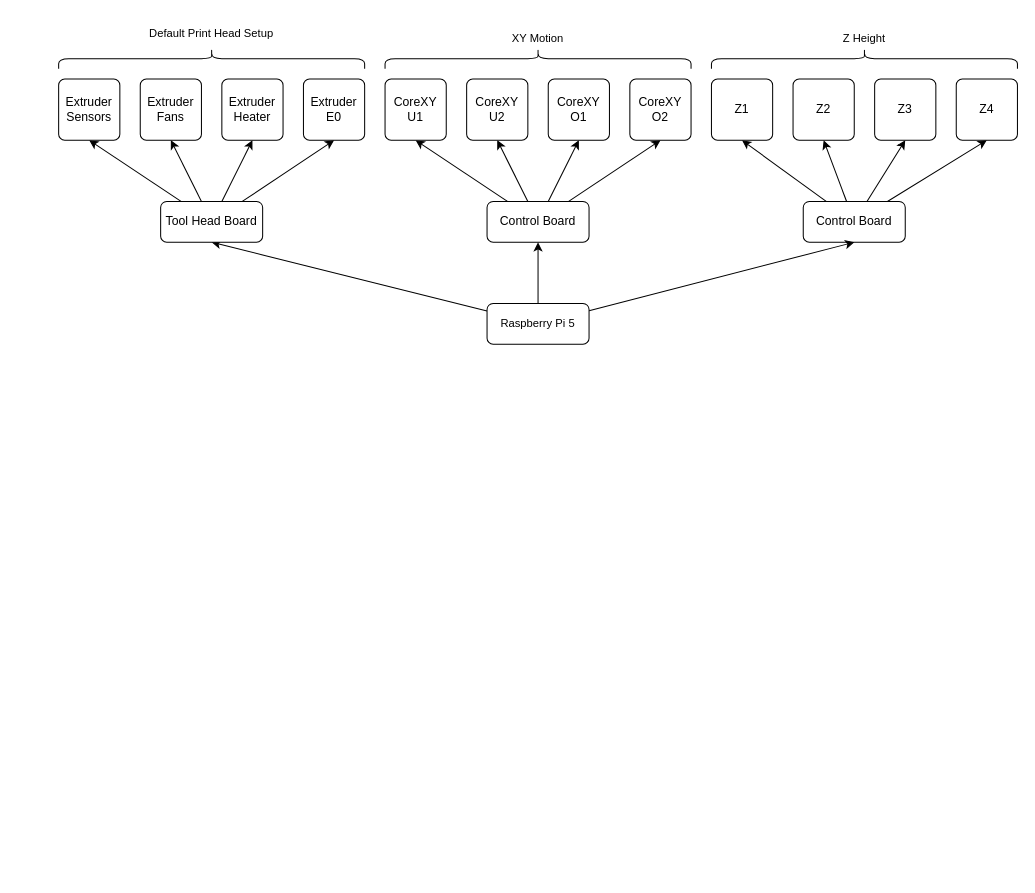
XCR1793/Raven-3D keeps this draw.io diagram as page "Electrical" (4 of 4) of Documents/Raven.drawio. Above is the earlier version. Source tidied: cells renumbered, new cells numbered last; positions are measured from the earlier drawing's top-left corner, leaving out a move shared by most shapes. Both pictures are drawn from the tidied source at 102%, with x=0, y=0 at pixel (58, 17).
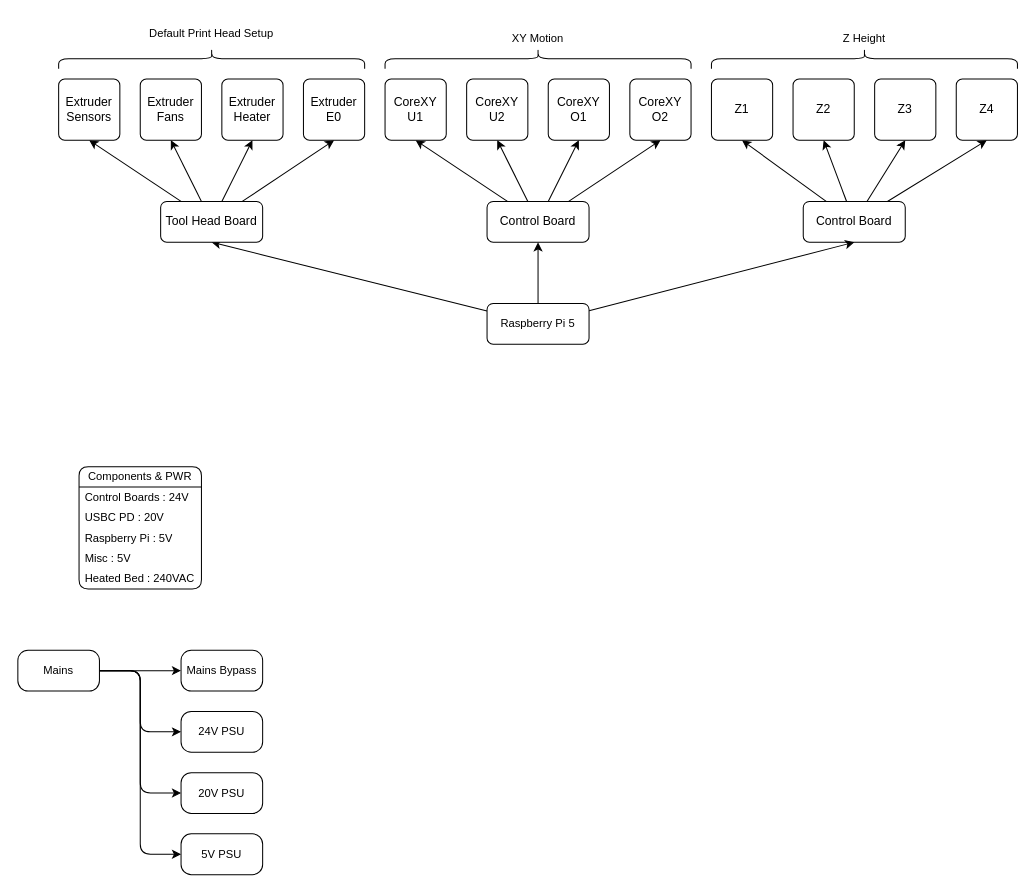
The same diagram, later.

Commit message:
Added PSU requirements

Change to the diagram source:
```diff
@@
+    <mxCell id="39" value="Components &amp;amp; PWR" style="swimlane;fontStyle=0;horizontal=1;startSize=20;whiteSpace=wrap;html=1;rounded=1;fontFamily=Helvetica;fontSize=11;fontColor=default;labelBackgroundColor=default;" parent="1" vertex="1">
+      <mxGeometry x="20" y="440" width="120" height="120" as="geometry" />
+    </mxCell>
+    <mxCell id="40" value="Control Boards : 24V" style="text;strokeColor=none;fillColor=none;align=left;verticalAlign=middle;spacingLeft=4;spacingRight=4;overflow=hidden;whiteSpace=wrap;html=1;fontFamily=Helvetica;fontSize=11;fontColor=default;labelBackgroundColor=default;" parent="39" vertex="1">
+      <mxGeometry y="20" width="120" height="20" as="geometry" />
+    </mxCell>
+    <mxCell id="41" value="USBC PD : 20V" style="text;strokeColor=none;fillColor=none;align=left;verticalAlign=middle;spacingLeft=4;spacingRight=4;overflow=hidden;whiteSpace=wrap;html=1;fontFamily=Helvetica;fontSize=11;fontColor=default;labelBackgroundColor=default;" parent="39" vertex="1">
+      <mxGeometry y="40" width="120" height="20" as="geometry" />
+    </mxCell>
+    <mxCell id="42" value="Raspberry Pi : 5V" style="text;strokeColor=none;fillColor=none;align=left;verticalAlign=middle;spacingLeft=4;spacingRight=4;overflow=hidden;whiteSpace=wrap;html=1;fontFamily=Helvetica;fontSize=11;fontColor=default;labelBackgroundColor=default;" parent="39" vertex="1">
+      <mxGeometry y="60" width="120" height="20" as="geometry" />
+    </mxCell>
+    <mxCell id="43" value="Misc : 5V" style="text;strokeColor=none;fillColor=none;align=left;verticalAlign=middle;spacingLeft=4;spacingRight=4;overflow=hidden;whiteSpace=wrap;html=1;fontFamily=Helvetica;fontSize=11;fontColor=default;labelBackgroundColor=default;" parent="39" vertex="1">
+      <mxGeometry y="80" width="120" height="20" as="geometry" />
+    </mxCell>
+    <mxCell id="44" value="Heated Bed : 240VAC" style="text;strokeColor=none;fillColor=none;align=left;verticalAlign=middle;spacingLeft=4;spacingRight=4;overflow=hidden;whiteSpace=wrap;html=1;fontFamily=Helvetica;fontSize=11;fontColor=default;labelBackgroundColor=default;" parent="39" vertex="1">
+      <mxGeometry y="100" width="120" height="20" as="geometry" />
+    </mxCell>
+    <mxCell id="45" style="edgeStyle=orthogonalEdgeStyle;shape=connector;rounded=1;jettySize=auto;html=1;exitX=1;exitY=0.5;exitDx=0;exitDy=0;entryX=0;entryY=0.5;entryDx=0;entryDy=0;strokeColor=default;align=center;verticalAlign=middle;fontFamily=Helvetica;fontSize=11;fontColor=default;labelBackgroundColor=default;elbow=vertical;endArrow=classic;" parent="1" edge="1" source="49" target="50">
+      <mxGeometry relative="1" as="geometry" />
+    </mxCell>
+    <mxCell id="46" style="edgeStyle=orthogonalEdgeStyle;shape=connector;rounded=1;jettySize=auto;html=1;exitX=1;exitY=0.5;exitDx=0;exitDy=0;entryX=0;entryY=0.5;entryDx=0;entryDy=0;strokeColor=default;align=center;verticalAlign=middle;fontFamily=Helvetica;fontSize=11;fontColor=default;labelBackgroundColor=default;elbow=vertical;endArrow=classic;" parent="1" edge="1" source="49" target="51">
+      <mxGeometry relative="1" as="geometry" />
+    </mxCell>
+    <mxCell id="47" style="edgeStyle=orthogonalEdgeStyle;shape=connector;rounded=1;jettySize=auto;html=1;exitX=1;exitY=0.5;exitDx=0;exitDy=0;entryX=0;entryY=0.5;entryDx=0;entryDy=0;strokeColor=default;align=center;verticalAlign=middle;fontFamily=Helvetica;fontSize=11;fontColor=default;labelBackgroundColor=default;elbow=vertical;endArrow=classic;" parent="1" edge="1" source="49" target="52">
+      <mxGeometry relative="1" as="geometry" />
+    </mxCell>
+    <mxCell id="48" style="edgeStyle=orthogonalEdgeStyle;shape=connector;rounded=1;jettySize=auto;html=1;exitX=1;exitY=0.5;exitDx=0;exitDy=0;entryX=0;entryY=0.5;entryDx=0;entryDy=0;strokeColor=default;align=center;verticalAlign=middle;fontFamily=Helvetica;fontSize=11;fontColor=default;labelBackgroundColor=default;elbow=vertical;endArrow=classic;" parent="1" edge="1" source="49" target="53">
+      <mxGeometry relative="1" as="geometry" />
+    </mxCell>
+    <mxCell id="49" value="Mains" style="rounded=1;whiteSpace=wrap;html=1;absoluteArcSize=1;fontFamily=Helvetica;fontSize=11;fontColor=default;labelBackgroundColor=default;" parent="1" vertex="1">
+      <mxGeometry x="-40" y="620" width="80" height="40" as="geometry" />
+    </mxCell>
+    <mxCell id="50" value="24V PSU" style="rounded=1;whiteSpace=wrap;html=1;absoluteArcSize=1;fontFamily=Helvetica;fontSize=11;fontColor=default;labelBackgroundColor=default;" parent="1" vertex="1">
+      <mxGeometry x="120" y="680" width="80" height="40" as="geometry" />
+    </mxCell>
+    <mxCell id="51" value="20V PSU" style="rounded=1;whiteSpace=wrap;html=1;absoluteArcSize=1;fontFamily=Helvetica;fontSize=11;fontColor=default;labelBackgroundColor=default;" parent="1" vertex="1">
+      <mxGeometry x="120" y="740" width="80" height="40" as="geometry" />
+    </mxCell>
+    <mxCell id="52" value="5V PSU" style="rounded=1;whiteSpace=wrap;html=1;absoluteArcSize=1;fontFamily=Helvetica;fontSize=11;fontColor=default;labelBackgroundColor=default;" parent="1" vertex="1">
+      <mxGeometry x="120" y="800" width="80" height="40" as="geometry" />
+    </mxCell>
+    <mxCell id="53" value="Mains Bypass" style="rounded=1;whiteSpace=wrap;html=1;absoluteArcSize=1;fontFamily=Helvetica;fontSize=11;fontColor=default;labelBackgroundColor=default;" parent="1" vertex="1">
+      <mxGeometry x="120" y="620" width="80" height="40" as="geometry" />
+    </mxCell>
```
